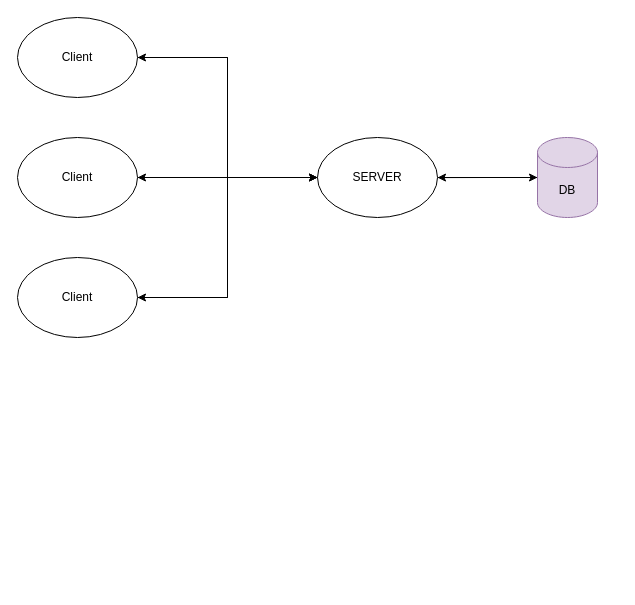
Above: page "be2-simplified" (3 of 5) of be2-scala/docs/images/be2-cleanup.drawio in dedis/popstellar (draw.io), before the change. Source tidied: cells renumbered, new cells numbered last; positions are measured from the earlier drawing's top-left corner, leaving out a move shared by most shapes. Both pictures are drawn from the tidied source at 100%, with x=0, y=0 at pixel (17, 17).
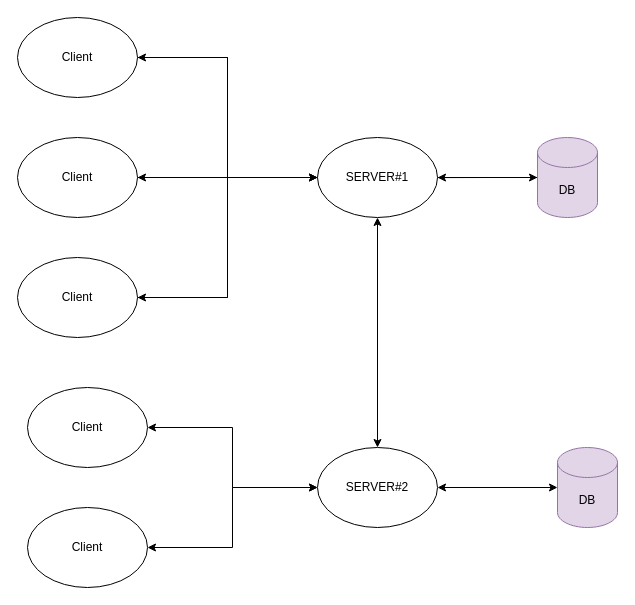
The same page after the edit.

The edit, as a diff of the source:
```diff
@@
+    <mxCell id="15" style="edgeStyle=orthogonalEdgeStyle;rounded=0;jettySize=auto;html=1;exitX=0.5;exitY=1;exitDx=0;exitDy=0;startArrow=classic;startFill=1;entryX=0.5;entryY=0;entryDx=0;entryDy=0;" parent="1" edge="1" source="6" target="19">
+      <mxGeometry relative="1" as="geometry" />
+    </mxCell>
-    <mxCell id="6" value="SERVER" style="ellipse;whiteSpace=wrap;html=1;" parent="1" vertex="1">
+    <mxCell id="6" value="SERVER#1" style="ellipse;whiteSpace=wrap;html=1;" parent="1" vertex="1">
       <mxGeometry x="300" y="120" width="120" height="80" as="geometry" />
     </mxCell>
@@
+    <mxCell id="16" style="edgeStyle=orthogonalEdgeStyle;rounded=0;jettySize=auto;html=1;exitX=1;exitY=0.5;exitDx=0;exitDy=0;strokeColor=default;startArrow=classic;startFill=1;" parent="1" edge="1" source="19" target="22">
+      <mxGeometry relative="1" as="geometry" />
+    </mxCell>
+    <mxCell id="17" style="edgeStyle=orthogonalEdgeStyle;rounded=0;jettySize=auto;html=1;exitX=0;exitY=0.5;exitDx=0;exitDy=0;entryX=1;entryY=0.5;entryDx=0;entryDy=0;startArrow=classic;startFill=1;" parent="1" edge="1" source="19" target="20">
+      <mxGeometry relative="1" as="geometry" />
+    </mxCell>
+    <mxCell id="18" style="edgeStyle=orthogonalEdgeStyle;rounded=0;jettySize=auto;html=1;exitX=0;exitY=0.5;exitDx=0;exitDy=0;entryX=1;entryY=0.5;entryDx=0;entryDy=0;startArrow=classic;startFill=1;" parent="1" edge="1" source="19" target="21">
+      <mxGeometry relative="1" as="geometry" />
+    </mxCell>
+    <mxCell id="19" value="SERVER#2" style="ellipse;whiteSpace=wrap;html=1;" parent="1" vertex="1">
+      <mxGeometry x="300" y="430" width="120" height="80" as="geometry" />
+    </mxCell>
+    <mxCell id="20" value="Client" style="ellipse;whiteSpace=wrap;html=1;" parent="1" vertex="1">
+      <mxGeometry x="10" y="370" width="120" height="80" as="geometry" />
+    </mxCell>
+    <mxCell id="21" value="Client" style="ellipse;whiteSpace=wrap;html=1;" parent="1" vertex="1">
+      <mxGeometry x="10" y="490" width="120" height="80" as="geometry" />
+    </mxCell>
+    <mxCell id="22" value="DB" style="shape=cylinder3;whiteSpace=wrap;html=1;boundedLbl=1;backgroundOutline=1;size=15;fillColor=#e1d5e7;strokeColor=#9673a6;" parent="1" vertex="1">
+      <mxGeometry x="540" y="430" width="60" height="80" as="geometry" />
+    </mxCell>
```
